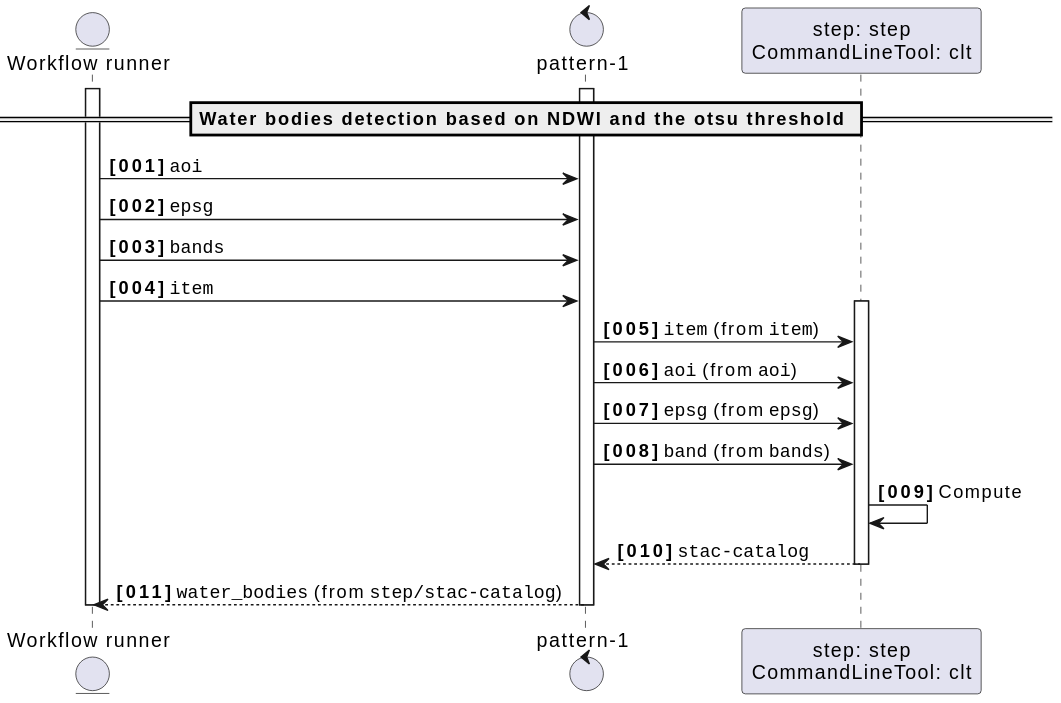
Above: docs/pattern-1/sequence.svg in eoap/application-package-patterns (PlantUML), before the change. Source of this version:
```plantuml
@startuml

autonumber "<b>[000]"



entity "Workflow runner" as wfrunner
activate wfrunner



== Water bodies detection based on NDWI and the otsu threshold ==

control "pattern-1" as pattern_1_or
activate pattern_1_or


wfrunner -> pattern_1_or : ""aoi""

wfrunner -> pattern_1_or : ""epsg""

wfrunner -> pattern_1_or : ""bands""

wfrunner -> pattern_1_or : ""item""








participant "step: step\nCommandLineTool: clt" as pattern_1_or__step
activate pattern_1_or__step



pattern_1_or -> pattern_1_or__step : ""item"" (from ""item"")



pattern_1_or -> pattern_1_or__step : ""aoi"" (from ""aoi"")



pattern_1_or -> pattern_1_or__step : ""epsg"" (from ""epsg"")



pattern_1_or -> pattern_1_or__step : ""band"" (from ""bands"")



pattern_1_or__step -> pattern_1_or__step : Compute


pattern_1_or <-- pattern_1_or__step : ""stac-catalog""


deactivate pattern_1_or__step







wfrunner <-- pattern_1_or : ""water_bodies"" (from ""step/stac-catalog"")



deactivate pattern_1_or


deactivate wfrunner
@enduml
```
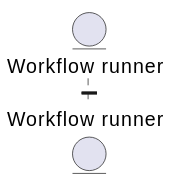
Later version of the same file.

Change to the diagram source:
```diff
@@ -1,5 +1,4 @@
 @startuml
-
 autonumber "<b>[000]"
 
 
@@ -9,68 +8,6 @@
 
 
 
-== Water bodies detection based on NDWI and the otsu threshold ==
-
-control "pattern-1" as pattern_1_or
-activate pattern_1_or
-
-
-wfrunner -> pattern_1_or : ""aoi""
-
-wfrunner -> pattern_1_or : ""epsg""
-
-wfrunner -> pattern_1_or : ""bands""
-
-wfrunner -> pattern_1_or : ""item""
-
-
-
-
-
-
-
-
-participant "step: step\nCommandLineTool: clt" as pattern_1_or__step
-activate pattern_1_or__step
-
-
-
-pattern_1_or -> pattern_1_or__step : ""item"" (from ""item"")
-
-
-
-pattern_1_or -> pattern_1_or__step : ""aoi"" (from ""aoi"")
-
-
-
-pattern_1_or -> pattern_1_or__step : ""epsg"" (from ""epsg"")
-
-
-
-pattern_1_or -> pattern_1_or__step : ""band"" (from ""bands"")
-
-
-
-pattern_1_or__step -> pattern_1_or__step : Compute
-
-
-pattern_1_or <-- pattern_1_or__step : ""stac-catalog""
-
-
-deactivate pattern_1_or__step
-
-
-
-
-
-
-
-wfrunner <-- pattern_1_or : ""water_bodies"" (from ""step/stac-catalog"")
-
-
-
-deactivate pattern_1_or
-
 
 deactivate wfrunner
 @enduml
```
